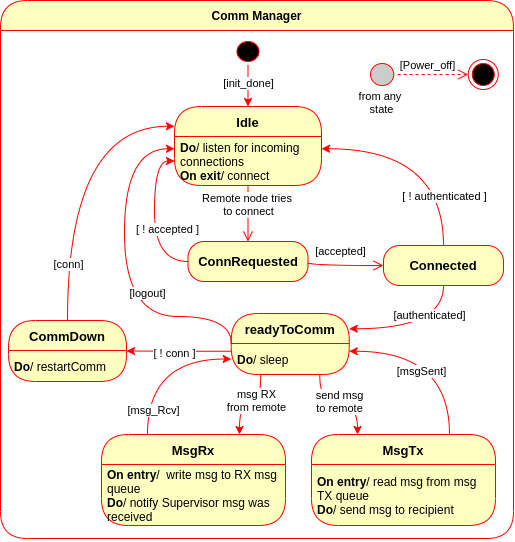
This is Proj/report/img/state-mach-rc-comm.png from ElectroQuanta/MDO, a draw.io export, as it was before one commit. Source tidied: cells renumbered, new cells last; positions are measured from the earlier drawing's top-left corner, leaving out a move shared by most shapes. Its diagram source:
```xml
<mxGraphModel>
  <root>
    <mxCell id="0" />
    <mxCell id="1" parent="0" />
    <mxCell id="2" style="group;" parent="1" vertex="1">
      <mxGeometry width="513" height="538" as="geometry" />
    </mxCell>
    <mxCell id="3" value="Comm Manager" style="swimlane;fontStyle=1;align=center;verticalAlign=middle;horizontal=1;startSize=30;fontColor=#000000;rounded=1;arcSize=30;strokeColor=#ff0000;fillColor=#ffffc0;swimlaneFillColor=default;" parent="2" vertex="1">
      <mxGeometry width="513" height="538" as="geometry" />
    </mxCell>
    <mxCell id="4" value="&lt;span style=&quot;font-weight: 400&quot;&gt;&lt;br&gt;&lt;/span&gt;" style="text;html=1;strokeColor=none;fillColor=none;align=left;verticalAlign=top;spacingLeft=4;spacingRight=4;whiteSpace=wrap;overflow=hidden;fontColor=#000000;fontStyle=1;fontSize=11;" parent="3" vertex="1">
      <mxGeometry y="30" width="513" height="508" as="geometry" />
    </mxCell>
    <mxCell id="5" style="ellipse;html=1;shape=startState;fillColor=#000000;strokeColor=#ff0000;rounded=0;shadow=0;comic=0;align=left;verticalAlign=top;" parent="2" vertex="1">
      <mxGeometry x="232.5" y="37" width="30" height="28" as="geometry" />
    </mxCell>
    <mxCell id="6" value="Idle" style="swimlane;fontStyle=1;align=center;verticalAlign=middle;horizontal=1;startSize=30;fontColor=#000000;rounded=1;arcSize=30;strokeColor=#ff0000;fillColor=#ffffc0;swimlaneFillColor=#ffffc0;fontSize=13;" parent="2" vertex="1">
      <mxGeometry x="174" y="106" width="147" height="79" as="geometry" />
    </mxCell>
    <mxCell id="7" value="&lt;b style=&quot;font-size: 12px&quot;&gt;Do&lt;/b&gt;/ listen for incoming connections&lt;br style=&quot;font-size: 12px&quot;&gt;&lt;b style=&quot;font-size: 12px&quot;&gt;On exit&lt;/b&gt;/ connect" style="text;html=1;strokeColor=none;fillColor=none;align=left;verticalAlign=middle;spacingLeft=4;spacingRight=4;whiteSpace=wrap;overflow=hidden;fontColor=#000000;rounded=1;fontSize=12;" parent="6" vertex="1">
      <mxGeometry y="30" width="147" height="49" as="geometry" />
    </mxCell>
    <mxCell id="8" value="[init_done]" style="edgeStyle=orthogonalEdgeStyle;curved=1;rounded=0;jettySize=auto;html=1;exitX=0.5;exitY=1;exitDx=0;exitDy=0;fontSize=11;fontColor=none;strokeColor=#FF0000;" parent="2" edge="1" source="5" target="6">
      <mxGeometry x="-0.17" relative="1" as="geometry" />
    </mxCell>
    <mxCell id="9" value="Remote node tries &lt;br&gt;to connect" style="edgeStyle=orthogonalEdgeStyle;html=1;verticalAlign=bottom;endArrow=open;endSize=8;strokeColor=#ff0000;rounded=0;fontSize=11;fontColor=none;curved=1;" parent="2" edge="1" source="6" target="12">
      <mxGeometry x="0.29" relative="1" as="geometry" />
    </mxCell>
    <mxCell id="10" style="edgeStyle=orthogonalEdgeStyle;curved=1;rounded=0;jettySize=auto;html=1;exitX=0;exitY=0.5;exitDx=0;exitDy=0;entryX=0;entryY=0.5;entryDx=0;entryDy=0;fontSize=11;fontColor=none;strokeColor=#FF0000;" parent="2" edge="1" source="12" target="7">
      <mxGeometry relative="1" as="geometry" />
    </mxCell>
    <mxCell id="11" value="[ ! accepted ]" style="edgeLabel;html=1;align=center;verticalAlign=middle;fontSize=11;fontColor=none;" parent="10" vertex="1">
      <mxGeometry x="-0.24" relative="1" as="geometry">
        <mxPoint x="12" y="-9" as="offset" />
      </mxGeometry>
    </mxCell>
    <mxCell id="12" value="ConnRequested" style="rounded=1;whiteSpace=wrap;html=1;arcSize=40;fontColor=#000000;fillColor=#ffffc0;strokeColor=#ff0000;fontSize=13;align=center;fontStyle=1;" parent="2" vertex="1">
      <mxGeometry x="187.5" y="241" width="120" height="40" as="geometry" />
    </mxCell>
    <mxCell id="13" value="[accepted]" style="edgeStyle=orthogonalEdgeStyle;html=1;verticalAlign=bottom;endArrow=open;endSize=8;strokeColor=#ff0000;rounded=0;fontSize=11;fontColor=none;curved=1;entryX=0;entryY=0.5;entryDx=0;entryDy=0;" parent="2" edge="1" target="16">
      <mxGeometry x="-0.08" y="5" relative="1" as="geometry">
        <mxPoint x="307.5" y="262" as="sourcePoint" />
        <Array as="points">
          <mxPoint x="308" y="265" />
        </Array>
      </mxGeometry>
    </mxCell>
    <mxCell id="14" style="edgeStyle=orthogonalEdgeStyle;curved=1;rounded=0;jettySize=auto;html=1;exitX=0.5;exitY=0;exitDx=0;exitDy=0;entryX=1;entryY=0.25;entryDx=0;entryDy=0;fontSize=13;fontColor=none;strokeColor=#FF0000;" parent="2" edge="1" source="16" target="7">
      <mxGeometry relative="1" as="geometry" />
    </mxCell>
    <mxCell id="15" value="[ ! authenticated ]" style="edgeLabel;html=1;align=center;verticalAlign=middle;fontSize=11;fontColor=none;" parent="14" vertex="1">
      <mxGeometry x="-0.54" relative="1" as="geometry" />
    </mxCell>
    <mxCell id="16" value="Connected" style="rounded=1;whiteSpace=wrap;html=1;arcSize=40;fontColor=#000000;fillColor=#ffffc0;strokeColor=#ff0000;fontSize=13;align=center;fontStyle=1;" parent="2" vertex="1">
      <mxGeometry x="383" y="245" width="120" height="40" as="geometry" />
    </mxCell>
    <mxCell id="17" value="readyToComm" style="swimlane;fontStyle=1;align=center;verticalAlign=middle;horizontal=1;startSize=30;fontColor=#000000;rounded=1;arcSize=30;strokeColor=#ff0000;fillColor=#ffffc0;swimlaneFillColor=#ffffc0;fontSize=13;" parent="2" vertex="1">
      <mxGeometry x="230.8" y="313" width="118" height="61" as="geometry" />
    </mxCell>
    <mxCell id="18" value="&lt;b style=&quot;font-size: 12px&quot;&gt;Do&lt;/b&gt;/ sleep" style="text;html=1;strokeColor=none;fillColor=none;align=left;verticalAlign=middle;spacingLeft=4;spacingRight=4;whiteSpace=wrap;overflow=hidden;fontColor=#000000;rounded=1;fontSize=12;" parent="17" vertex="1">
      <mxGeometry y="30" width="118" height="31" as="geometry" />
    </mxCell>
    <mxCell id="19" value="&lt;b style=&quot;font-size: 12px&quot;&gt;Do&lt;/b&gt;/ sleep" style="text;html=1;strokeColor=none;fillColor=none;align=left;verticalAlign=middle;spacingLeft=4;spacingRight=4;whiteSpace=wrap;overflow=hidden;fontColor=#000000;rounded=1;fontSize=12;" parent="17" vertex="1">
      <mxGeometry y="61" width="118" as="geometry" />
    </mxCell>
    <mxCell id="20" value="CommDown" style="swimlane;fontStyle=1;align=center;verticalAlign=middle;horizontal=1;startSize=30;fontColor=#000000;rounded=1;arcSize=30;strokeColor=#ff0000;fillColor=#ffffc0;swimlaneFillColor=#ffffc0;fontSize=13;" parent="2" vertex="1">
      <mxGeometry x="8" y="320" width="118" height="61" as="geometry" />
    </mxCell>
    <mxCell id="21" value="&lt;b style=&quot;font-size: 12px&quot;&gt;Do&lt;/b&gt;/ restartComm" style="text;html=1;strokeColor=none;fillColor=none;align=left;verticalAlign=middle;spacingLeft=4;spacingRight=4;whiteSpace=wrap;overflow=hidden;fontColor=#000000;rounded=1;fontSize=12;" parent="20" vertex="1">
      <mxGeometry y="30" width="118" height="31" as="geometry" />
    </mxCell>
    <mxCell id="22" style="edgeStyle=orthogonalEdgeStyle;curved=1;rounded=0;jettySize=auto;html=1;exitX=0.25;exitY=0;exitDx=0;exitDy=0;fontSize=11;fontColor=none;strokeColor=#FF0000;entryX=0;entryY=0.5;entryDx=0;entryDy=0;" parent="2" edge="1" source="24" target="18">
      <mxGeometry relative="1" as="geometry" />
    </mxCell>
    <mxCell id="23" value="[msg_Rcv]" style="edgeLabel;html=1;align=center;verticalAlign=middle;fontSize=11;fontColor=none;" parent="22" vertex="1">
      <mxGeometry x="-0.7" y="-5" relative="1" as="geometry" />
    </mxCell>
    <mxCell id="24" value="MsgRx" style="swimlane;fontStyle=1;align=center;verticalAlign=middle;horizontal=1;startSize=30;fontColor=#000000;rounded=1;arcSize=30;strokeColor=#ff0000;fillColor=#ffffc0;swimlaneFillColor=#ffffc0;fontSize=13;" parent="2" vertex="1">
      <mxGeometry x="101" y="434" width="184" height="91" as="geometry" />
    </mxCell>
    <mxCell id="25" value="&lt;b style=&quot;font-size: 12px&quot;&gt;On entry&lt;/b&gt;/&amp;nbsp;&amp;nbsp;write msg to RX msg queue&lt;br&gt;&lt;b&gt;Do&lt;/b&gt;/ notify Supervisor msg was received" style="text;html=1;strokeColor=none;fillColor=none;align=left;verticalAlign=middle;spacingLeft=4;spacingRight=4;whiteSpace=wrap;overflow=hidden;fontColor=#000000;rounded=1;fontSize=12;" parent="24" vertex="1">
      <mxGeometry y="30" width="184" height="61" as="geometry" />
    </mxCell>
    <mxCell id="26" style="edgeStyle=orthogonalEdgeStyle;curved=1;rounded=0;jettySize=auto;html=1;exitX=0.75;exitY=0;exitDx=0;exitDy=0;entryX=1;entryY=0.25;entryDx=0;entryDy=0;fontSize=11;fontColor=none;strokeColor=#FF0000;" parent="2" edge="1" source="28" target="18">
      <mxGeometry relative="1" as="geometry" />
    </mxCell>
    <mxCell id="27" value="[msgSent]" style="edgeLabel;html=1;align=center;verticalAlign=middle;fontSize=11;fontColor=none;" parent="26" vertex="1">
      <mxGeometry x="0.22" y="19" relative="1" as="geometry" />
    </mxCell>
    <mxCell id="28" value="MsgTx" style="swimlane;fontStyle=1;align=center;verticalAlign=middle;horizontal=1;startSize=30;fontColor=#000000;rounded=1;arcSize=30;strokeColor=#ff0000;fillColor=#ffffc0;swimlaneFillColor=#ffffc0;fontSize=13;" parent="2" vertex="1">
      <mxGeometry x="311" y="434" width="184" height="91" as="geometry" />
    </mxCell>
    <mxCell id="29" value="&lt;b style=&quot;font-size: 12px&quot;&gt;On entry&lt;/b&gt;/ read msg from msg TX queue&lt;br&gt;&lt;b&gt;Do&lt;/b&gt;/ send msg to recipient" style="text;html=1;strokeColor=none;fillColor=none;align=left;verticalAlign=middle;spacingLeft=4;spacingRight=4;whiteSpace=wrap;overflow=hidden;fontColor=#000000;rounded=1;fontSize=12;" parent="28" vertex="1">
      <mxGeometry y="30" width="184" height="61" as="geometry" />
    </mxCell>
    <mxCell id="30" value="[authenticated]" style="edgeStyle=orthogonalEdgeStyle;curved=1;rounded=0;jettySize=auto;html=1;exitX=0.5;exitY=1;exitDx=0;exitDy=0;fontSize=11;fontColor=none;strokeColor=#FF0000;entryX=1;entryY=0.25;entryDx=0;entryDy=0;" parent="2" edge="1" source="16" target="17">
      <mxGeometry x="-0.15" y="-13" relative="1" as="geometry">
        <Array as="points">
          <mxPoint x="443" y="328" />
        </Array>
      </mxGeometry>
    </mxCell>
    <mxCell id="31" style="edgeStyle=orthogonalEdgeStyle;curved=1;rounded=0;jettySize=auto;html=1;exitX=0;exitY=0;exitDx=0;exitDy=0;entryX=0;entryY=0.25;entryDx=0;entryDy=0;fontSize=11;fontColor=none;strokeColor=#FF0000;" parent="2" edge="1" source="18" target="7">
      <mxGeometry relative="1" as="geometry">
        <Array as="points">
          <mxPoint x="231" y="316" />
          <mxPoint x="124" y="316" />
          <mxPoint x="124" y="148" />
        </Array>
      </mxGeometry>
    </mxCell>
    <mxCell id="32" value="[logout]" style="edgeLabel;html=1;align=center;verticalAlign=middle;fontSize=11;fontColor=none;" parent="31" vertex="1">
      <mxGeometry x="-0.54" relative="1" as="geometry">
        <mxPoint x="-32" y="-24" as="offset" />
      </mxGeometry>
    </mxCell>
    <mxCell id="33" style="edgeStyle=orthogonalEdgeStyle;curved=1;rounded=0;jettySize=auto;html=1;exitX=0.5;exitY=0;exitDx=0;exitDy=0;entryX=0;entryY=0.25;entryDx=0;entryDy=0;fontSize=11;fontColor=none;strokeColor=#FF0000;" parent="2" edge="1" source="20" target="6">
      <mxGeometry relative="1" as="geometry" />
    </mxCell>
    <mxCell id="34" value="[conn]" style="edgeLabel;html=1;align=center;verticalAlign=middle;fontSize=11;fontColor=none;" parent="33" vertex="1">
      <mxGeometry x="-0.61" relative="1" as="geometry" />
    </mxCell>
    <mxCell id="35" style="edgeStyle=orthogonalEdgeStyle;curved=1;rounded=0;jettySize=auto;html=1;exitX=0;exitY=0.25;exitDx=0;exitDy=0;fontSize=11;fontColor=none;strokeColor=#FF0000;" parent="2" edge="1" source="18" target="20">
      <mxGeometry relative="1" as="geometry" />
    </mxCell>
    <mxCell id="36" value="[ ! conn ]" style="edgeLabel;html=1;align=center;verticalAlign=middle;fontSize=11;fontColor=none;" parent="35" vertex="1">
      <mxGeometry y="12" relative="1" as="geometry">
        <mxPoint x="-6" y="-11" as="offset" />
      </mxGeometry>
    </mxCell>
    <mxCell id="37" style="edgeStyle=orthogonalEdgeStyle;curved=1;rounded=0;jettySize=auto;html=1;exitX=0.25;exitY=1;exitDx=0;exitDy=0;entryX=0.75;entryY=0;entryDx=0;entryDy=0;fontSize=11;fontColor=none;strokeColor=#FF0000;" parent="2" edge="1" source="18" target="24">
      <mxGeometry relative="1" as="geometry" />
    </mxCell>
    <mxCell id="38" value="msg RX&lt;br&gt;from remote" style="edgeLabel;html=1;align=center;verticalAlign=middle;fontSize=11;fontColor=none;" parent="37" vertex="1">
      <mxGeometry x="-0.12" y="-5" relative="1" as="geometry" />
    </mxCell>
    <mxCell id="39" style="edgeStyle=orthogonalEdgeStyle;curved=1;rounded=0;jettySize=auto;html=1;exitX=0.75;exitY=1;exitDx=0;exitDy=0;entryX=0.25;entryY=0;entryDx=0;entryDy=0;fontSize=11;fontColor=none;strokeColor=#FF0000;" parent="2" edge="1" source="18" target="28">
      <mxGeometry relative="1" as="geometry" />
    </mxCell>
    <mxCell id="40" value="send msg&lt;br&gt;to remote" style="edgeLabel;html=1;align=center;verticalAlign=middle;fontSize=11;fontColor=none;" parent="39" vertex="1">
      <mxGeometry x="-0.2" y="5" relative="1" as="geometry">
        <mxPoint x="9" y="1" as="offset" />
      </mxGeometry>
    </mxCell>
    <mxCell id="41" style="group;" parent="2" vertex="1">
      <mxGeometry x="354" y="59" width="143.8" height="58" as="geometry" />
    </mxCell>
    <mxCell id="42" style="ellipse;html=1;shape=endState;fillColor=#000000;strokeColor=#ff0000;" parent="41" vertex="1">
      <mxGeometry x="113.8" width="30" height="30" as="geometry" />
    </mxCell>
    <mxCell id="43" style="ellipse;html=1;shape=startState;fillColor=#CCCCCC;strokeColor=#ff0000;rounded=1;fontSize=11;fontColor=none;align=center;" parent="41" vertex="1">
      <mxGeometry x="12" width="31.2" height="30" as="geometry" />
    </mxCell>
    <mxCell id="44" value="from any &lt;br&gt;state" style="text;html=1;align=center;verticalAlign=middle;strokeColor=none;fillColor=none;fontSize=11;fontColor=none;" parent="41" vertex="1">
      <mxGeometry y="28" width="53" height="30" as="geometry" />
    </mxCell>
    <mxCell id="45" value="[Power_off]" style="edgeStyle=orthogonalEdgeStyle;html=1;verticalAlign=bottom;endArrow=open;endSize=8;strokeColor=#ff0000;rounded=0;fontSize=11;fontColor=none;curved=1;entryX=0;entryY=0.5;entryDx=0;entryDy=0;dashed=1;spacingRight=11;" parent="41" edge="1" source="43" target="42">
      <mxGeometry x="553" y="1422" as="geometry" />
    </mxCell>
  </root>
</mxGraphModel>
```
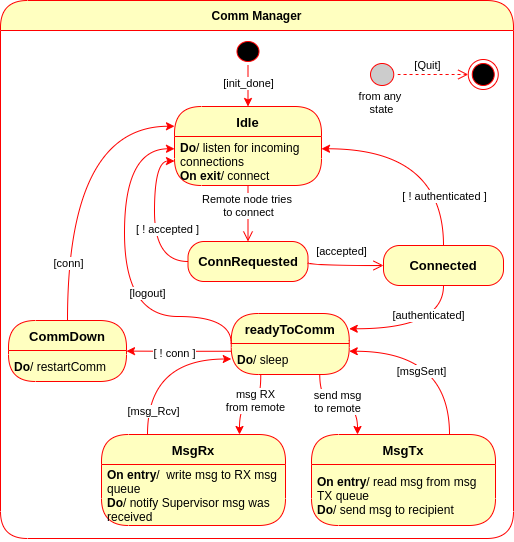
After the change.

The edit, as a diff of the source:
```diff
@@ -154,7 +154,7 @@
     <mxCell id="44" value="from any &lt;br&gt;state" style="text;html=1;align=center;verticalAlign=middle;strokeColor=none;fillColor=none;fontSize=11;fontColor=none;" parent="41" vertex="1">
       <mxGeometry y="28" width="53" height="30" as="geometry" />
     </mxCell>
-    <mxCell id="45" value="[Power_off]" style="edgeStyle=orthogonalEdgeStyle;html=1;verticalAlign=bottom;endArrow=open;endSize=8;strokeColor=#ff0000;rounded=0;fontSize=11;fontColor=none;curved=1;entryX=0;entryY=0.5;entryDx=0;entryDy=0;dashed=1;spacingRight=11;" parent="41" edge="1" source="43" target="42">
+    <mxCell id="45" value="[Quit]" style="edgeStyle=orthogonalEdgeStyle;html=1;verticalAlign=bottom;endArrow=open;endSize=8;strokeColor=#ff0000;rounded=0;fontSize=11;fontColor=none;curved=1;entryX=0;entryY=0.5;entryDx=0;entryDy=0;dashed=1;spacingRight=11;" parent="41" edge="1" source="43" target="42">
       <mxGeometry x="553" y="1422" as="geometry" />
     </mxCell>
   </root>
```
